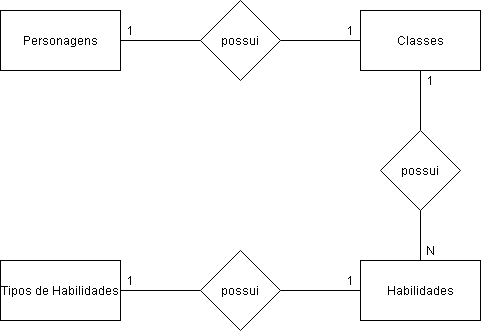
Before: Senai_HROADS_Manhã/Modelo conceitual HROADS.png, a diagram exported from draw.io (Danilo2503/Senai-Sprint_BD). Source tidied: cells renumbered, new cells last; positions are measured from the earlier drawing's top-left corner, leaving out a move shared by most shapes.
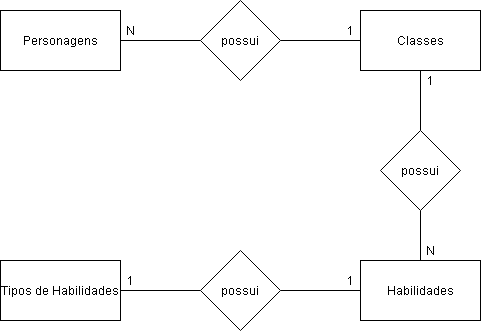
The same diagram one commit later.

Commit message:
Hroads DDL feito

What changed in the source:
```diff
@@ -20,7 +20,7 @@
     <mxCell id="7" value="possui" style="rhombus;whiteSpace=wrap;html=1;" parent="1" vertex="1">
       <mxGeometry x="200" width="80" height="80" as="geometry" />
     </mxCell>
-    <mxCell id="8" value="1" style="text;html=1;align=center;verticalAlign=middle;" parent="1" vertex="1">
+    <mxCell id="8" value="N" style="text;html=1;align=center;verticalAlign=middle;" parent="1" vertex="1">
       <mxGeometry x="120" y="20" width="20" height="20" as="geometry" />
     </mxCell>
     <mxCell id="9" value="1" style="text;html=1;align=center;verticalAlign=middle;" parent="1" vertex="1">
```
